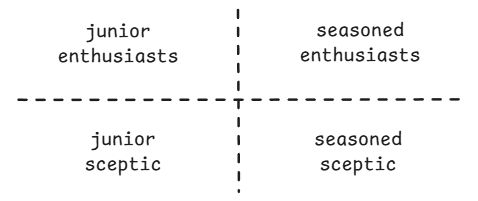
This is genai/img/types-of-ai-users.excalidraw.png from maciejmalecki/maciejmalecki.github.io, a Excalidraw export, as it was before one commit. Source tidied: one line per element, renumbered; positions are measured from the earlier drawing's top-left corner, leaving out a move shared by most shapes.
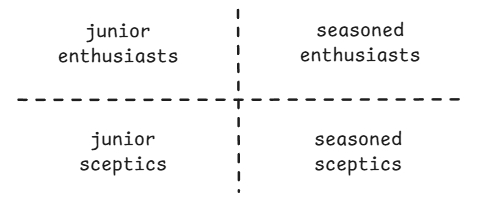
After the change.

The edit, as a diff of the source:
```diff
@@ -1,6 +1,6 @@
 {"id": 0, "type": "line", "strokeColor": "#1e1e1e", "strokeWidth": 2, "strokeStyle": "dashed", "roughness": 1, "round": true, "x": 227, "y": 0, "width": 1, "height": 180, "points": [[0, 0], [1, 180]]}
 {"id": 1, "type": "line", "strokeColor": "#1e1e1e", "strokeWidth": 2, "strokeStyle": "dashed", "roughness": 1, "round": true, "x": 9, "y": 88, "width": 446, "height": 0, "points": [[0, 0], [446, 0]]}
 {"id": 2, "type": "text", "text": "seasoned\nenthusiasts", "strokeColor": "#1e1e1e", "strokeWidth": 2, "strokeStyle": "dashed", "roughness": 1, "fontSize": 20, "fontFamily": 8, "textAlign": "center", "x": 242, "y": 8, "width": 216, "height": 50}
-{"id": 3, "type": "text", "text": "seasoned\nsceptic", "strokeColor": "#1e1e1e", "strokeWidth": 2, "strokeStyle": "dashed", "roughness": 1, "fontSize": 20, "fontFamily": 8, "textAlign": "center", "x": 240, "y": 117, "width": 216, "height": 50}
+{"id": 3, "type": "text", "text": "seasoned\nsceptics", "strokeColor": "#1e1e1e", "strokeWidth": 2, "strokeStyle": "dashed", "roughness": 1, "fontSize": 20, "fontFamily": 8, "textAlign": "center", "x": 240, "y": 117, "width": 216, "height": 50}
 {"id": 4, "type": "text", "text": "junior\nenthusiasts", "strokeColor": "#1e1e1e", "strokeWidth": 2, "strokeStyle": "dashed", "roughness": 1, "fontSize": 20, "fontFamily": 8, "textAlign": "center", "x": 0, "y": 9, "width": 216, "height": 50}
-{"id": 5, "type": "text", "text": "junior\nsceptic", "strokeColor": "#1e1e1e", "strokeWidth": 2, "strokeStyle": "dashed", "roughness": 1, "fontSize": 20, "fontFamily": 8, "textAlign": "center", "x": 5, "y": 117, "width": 216, "height": 50}
+{"id": 5, "type": "text", "text": "junior\nsceptics", "strokeColor": "#1e1e1e", "strokeWidth": 2, "strokeStyle": "dashed", "roughness": 1, "fontSize": 20, "fontFamily": 8, "textAlign": "center", "x": 5, "y": 117, "width": 216, "height": 50}
```
